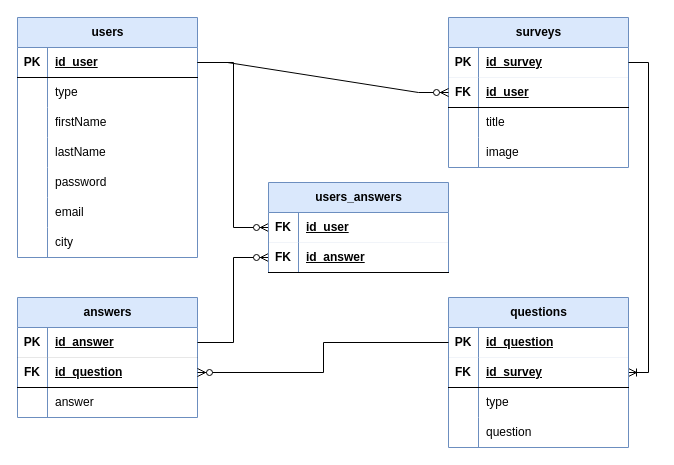
This is doc/MLD-Lombardo-TPI.drawio from Robi2004/survey, a draw.io file, before an edit. Source tidied: cells renumbered, new cells numbered last; positions are measured from the earlier drawing's top-left corner, leaving out a move shared by most shapes. Both pictures are drawn from the tidied source at 100%, with x=0, y=0 at pixel (17, 17).
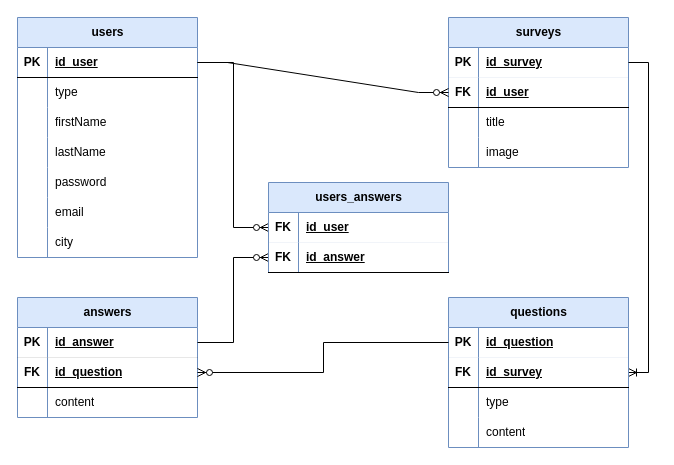
The same page after the edit.

The change refers to these unchanged cells:
```xml
<mxCell id="45" style="shape=tableRow;horizontal=0;startSize=0;swimlaneHead=0;swimlaneBody=0;fillColor=none;top=0;left=0;right=0;bottom=0;" parent="38" vertex="1">
  <mxGeometry y="90" width="180" height="30" as="geometry" />
</mxCell>
<mxCell id="59" style="shape=tableRow;horizontal=0;startSize=0;swimlaneHead=0;swimlaneBody=0;fillColor=none;top=0;left=0;right=0;bottom=0;" parent="49" vertex="1">
  <mxGeometry y="120" width="180" height="30" as="geometry" />
</mxCell>
```

The edit, as a diff of the source:
```diff
@@
-    <mxCell id="47" value="answer" style="shape=partialRectangle;fillColor=none;top=0;left=0;bottom=0;right=0;align=left;spacingLeft=6;overflow=hidden;whiteSpace=wrap;html=1;" parent="45" vertex="1">
+    <mxCell id="47" value="content" style="shape=partialRectangle;fillColor=none;top=0;left=0;bottom=0;right=0;align=left;spacingLeft=6;overflow=hidden;whiteSpace=wrap;html=1;" parent="45" vertex="1">
       <mxGeometry x="30" width="150" height="30" as="geometry" />
     </mxCell>
@@
-    <mxCell id="61" value="question" style="shape=partialRectangle;fillColor=none;top=0;left=0;bottom=0;right=0;align=left;spacingLeft=6;overflow=hidden;whiteSpace=wrap;html=1;" parent="59" vertex="1">
+    <mxCell id="61" value="content" style="shape=partialRectangle;fillColor=none;top=0;left=0;bottom=0;right=0;align=left;spacingLeft=6;overflow=hidden;whiteSpace=wrap;html=1;" parent="59" vertex="1">
       <mxGeometry x="30" width="150" height="30" as="geometry" />
     </mxCell>
```
